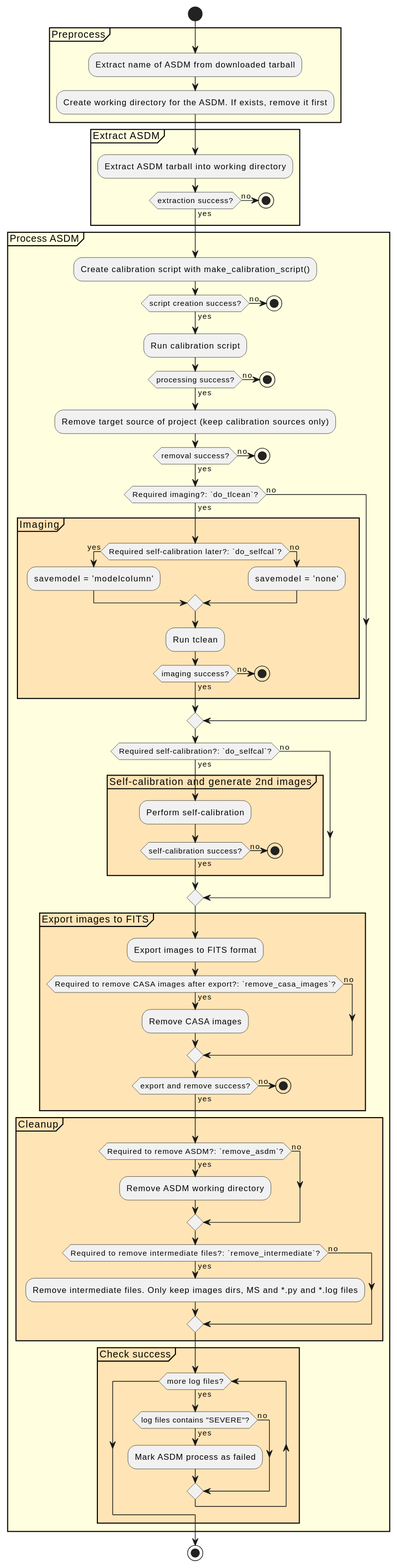
Above: docs/diagrams/L4-almaqso.Almaqso._process-activity.svg in akimasanishida/almaqso (PlantUML), before the change. Source of this version:
```plantuml
@startuml
start
partition "Preprocess" #LightYellow {
    :Extract name of ASDM from downloaded tarball;
    :Create working directory for the ASDM. If exists, remove it first;
}
partition "Extract ASDM" #LightYellow {
    :Extract ASDM tarball into working directory;
    if (extraction success?) then (yes)
    else (no)
        stop
    endif
}
partition "Process ASDM" #LightYellow {
    :Create calibration script with make_calibration_script();
    if (script creation success?) then (yes)
    else (no)
        stop
    endif

    :Run calibration script;
    if (processing success?) then (yes)
    else (no)
        stop
    endif

    :Remove target source of project (keep calibration sources only);
    if (removal success?) then (yes)
    else (no)
        stop
    endif

    if (Required imaging?: `do_tlcean`?) then (yes)
        partition "Imaging" #Moccasin {
            if (Required self-calibration later?: `do_selfcal`?) then (yes)
                :savemodel = 'modelcolumn';
            else (no)
                :savemodel = 'none';
            endif
            :Run tclean;
            if (imaging success?) then (yes)
            else (no)
                stop
            endif
        }
    else (no)
    endif

    if (Required self-calibration?: `do_selfcal`?) then (yes)
        partition "Self-calibration and generate 2nd images" #Moccasin {
            :Perform self-calibration;
            if (self-calibration success?) then (yes)
            else (no)
                stop
            endif
        }
    else (no)
    endif

    partition "Export images to FITS" #Moccasin {
        :Export images to FITS format;
        if (Required to remove CASA images after export?: `remove_casa_images`?) then (yes)
            :Remove CASA images;
        else (no)
        endif
        if (export and remove success?) then (yes)
        else (no)
            stop
        endif
    }

    partition "Cleanup" #Moccasin {
        if (Required to remove ASDM?: `remove_asdm`?) then (yes)
            :Remove ASDM working directory;
        else (no)
        endif

        if (Required to remove intermediate files?: `remove_intermediate`?) then (yes)
            :Remove intermediate files. Only keep images dirs, MS and *.py and *.log files;
        else (no)
        endif
    }

    partition "Check success" #Moccasin {
        while (more log files?) is (yes)
            if (log files contains "SEVERE"?) then (yes)
                :Mark ASDM process as failed;
            else (no)
            endif
        endwhile
    }
}
stop
@enduml
```
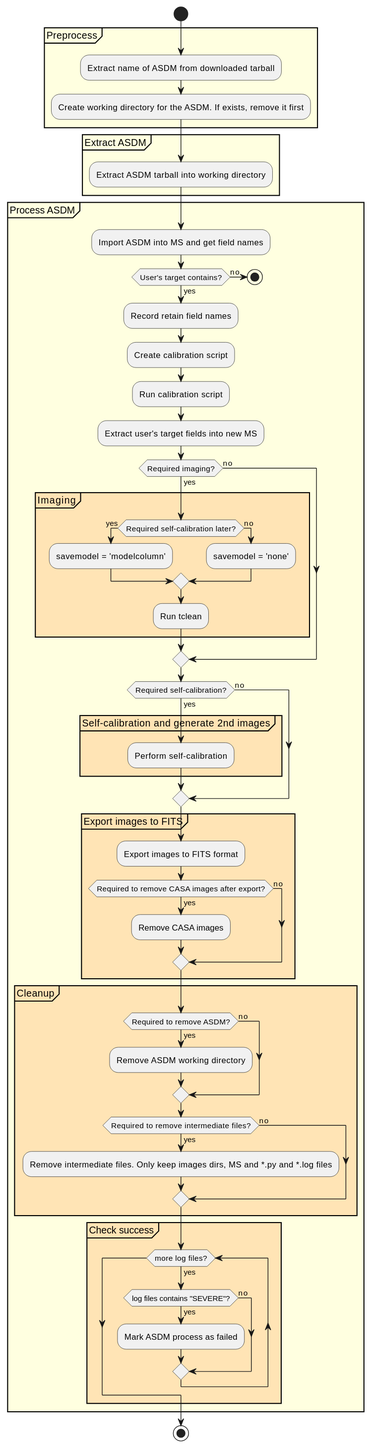
The same file after the commit.

Diff of the diagram source:
```diff
@@ -6,76 +6,53 @@
 }
 partition "Extract ASDM" #LightYellow {
     :Extract ASDM tarball into working directory;
-    if (extraction success?) then (yes)
+}
+partition "Process ASDM" #LightYellow {
+    :Import ASDM into MS and get field names;
+    if (User's target contains?) then (yes)
+        :Record retain field names;
     else (no)
         stop
     endif
-}
-partition "Process ASDM" #LightYellow {
-    :Create calibration script with make_calibration_script();
-    if (script creation success?) then (yes)
-    else (no)
-        stop
-    endif
+    :Create calibration script;
+    :Run calibration script;
 
-    :Run calibration script;
-    if (processing success?) then (yes)
-    else (no)
-        stop
-    endif
+    :Extract user's target fields into new MS;
 
-    :Remove target source of project (keep calibration sources only);
-    if (removal success?) then (yes)
-    else (no)
-        stop
-    endif
-
-    if (Required imaging?: `do_tlcean`?) then (yes)
+    if (Required imaging?) then (yes)
         partition "Imaging" #Moccasin {
-            if (Required self-calibration later?: `do_selfcal`?) then (yes)
+            if (Required self-calibration later?) then (yes)
                 :savemodel = 'modelcolumn';
             else (no)
                 :savemodel = 'none';
             endif
             :Run tclean;
-            if (imaging success?) then (yes)
-            else (no)
-                stop
-            endif
         }
     else (no)
     endif
 
-    if (Required self-calibration?: `do_selfcal`?) then (yes)
+    if (Required self-calibration?) then (yes)
         partition "Self-calibration and generate 2nd images" #Moccasin {
             :Perform self-calibration;
-            if (self-calibration success?) then (yes)
-            else (no)
-                stop
-            endif
         }
     else (no)
     endif
 
     partition "Export images to FITS" #Moccasin {
         :Export images to FITS format;
-        if (Required to remove CASA images after export?: `remove_casa_images`?) then (yes)
+        if (Required to remove CASA images after export?) then (yes)
             :Remove CASA images;
         else (no)
-        endif
-        if (export and remove success?) then (yes)
-        else (no)
-            stop
         endif
     }
 
     partition "Cleanup" #Moccasin {
-        if (Required to remove ASDM?: `remove_asdm`?) then (yes)
+        if (Required to remove ASDM?) then (yes)
             :Remove ASDM working directory;
         else (no)
         endif
 
-        if (Required to remove intermediate files?: `remove_intermediate`?) then (yes)
+        if (Required to remove intermediate files?) then (yes)
             :Remove intermediate files. Only keep images dirs, MS and *.py and *.log files;
         else (no)
         endif
```
